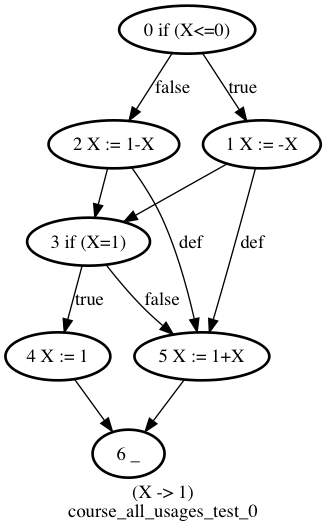
The Graphviz diagram graphs/course_all_usages_test_0.png in ghigi123/ivf, before a commit. Its source is kept beside it as graphs/course_all_usages_test_0.dot.
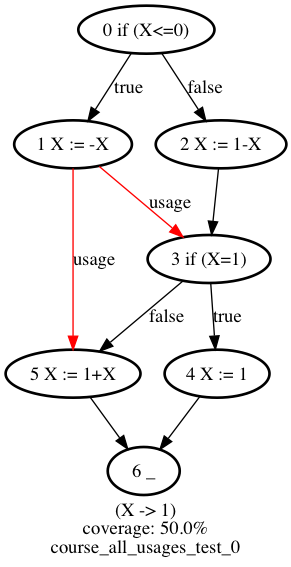
The same diagram one commit later.

What changed in the source:
```diff
@@ -1,21 +1,21 @@
 digraph course_all_usages_test_0 {
 	label = "(X -> 1)
+coverage: 50.0%
 course_all_usages_test_0"
-	"1 X := -X" -> "5 X := 1+X" [label = def]
 	"1 X := -X" [style = bold]
-	"1 X := -X" -> "3 if (X=1)"
 	"2 X := 1-X" -> "3 if (X=1)"
 	"4 X := 1" -> "6 _"
 	"5 X := 1+X" [style = bold]
 	"3 if (X=1)" [style = bold]
 	"4 X := 1" [style = bold]
 	"6 _" [style = bold]
+	"1 X := -X" -> "5 X := 1+X" [label = usage, color = red]
 	"2 X := 1-X" [style = bold]
 	"3 if (X=1)" -> "5 X := 1+X" [label = false]
 	"0 if (X<=0)" -> "1 X := -X" [label = true]
 	"5 X := 1+X" -> "6 _"
 	"0 if (X<=0)" [style = bold]
-	"2 X := 1-X" -> "5 X := 1+X" [label = def]
+	"1 X := -X" -> "3 if (X=1)" [label = usage, color = red]
 	"0 if (X<=0)" -> "2 X := 1-X" [label = false]
 	"3 if (X=1)" -> "4 X := 1" [label = true]
 }
```
